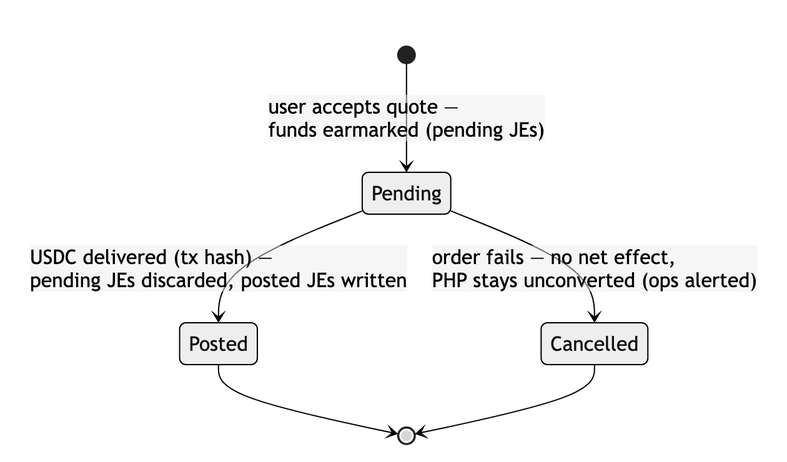
Above: tracks/c-usdc-vasp-privy/research/diagrams/order-lifecycle.png in STAbraham/stablecoin-project (Mermaid), before the change. Its source is kept beside it as tracks/c-usdc-vasp-privy/research/diagrams/order-lifecycle.mmd.
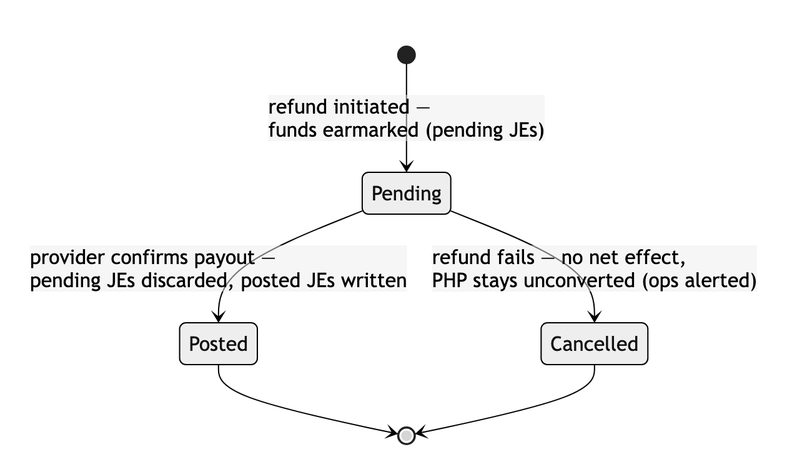
After the change.

Diff of the diagram source:
```diff
@@ -1,6 +1,6 @@
 stateDiagram-v2
-    [*] --> Pending: user accepts quote —<br/>funds earmarked (pending JEs)
-    Pending --> Posted: USDC delivered (tx hash) —<br/>pending JEs discarded, posted JEs written
-    Pending --> Cancelled: order fails — no net effect,<br/>PHP stays unconverted (ops alerted)
+    [*] --> Pending: refund initiated —<br/>funds earmarked (pending JEs)
+    Pending --> Posted: provider confirms payout —<br/>pending JEs discarded, posted JEs written
+    Pending --> Cancelled: refund fails — no net effect,<br/>PHP stays unconverted (ops alerted)
     Posted --> [*]
     Cancelled --> [*]
```
